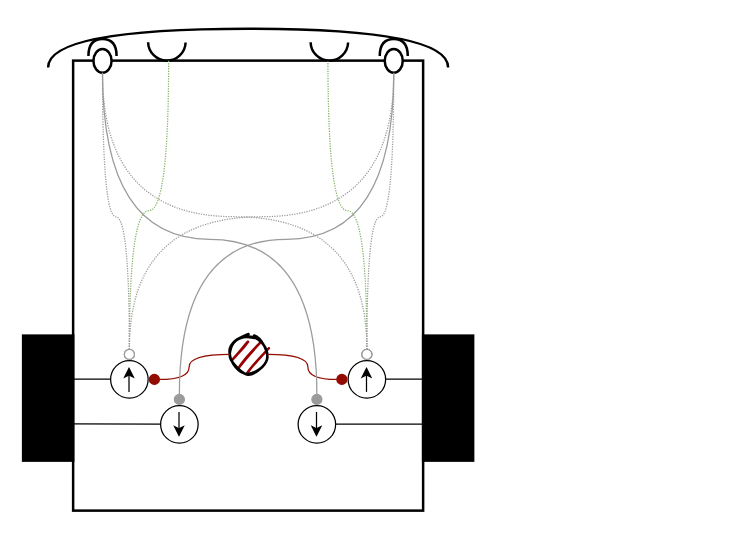
The draw.io diagram page "MotorExpansion" (4 of 4) of docs/media/src/Braitenbergs.drawio in fchampalimaud/cf.lbp, before the edit. Source tidied: cells renumbered, new cells numbered last; positions are measured from the earlier drawing's top-left corner, leaving out a move shared by most shapes. Both pictures are drawn from the tidied source at 125%, with x=0, y=0 at pixel (22, -152).
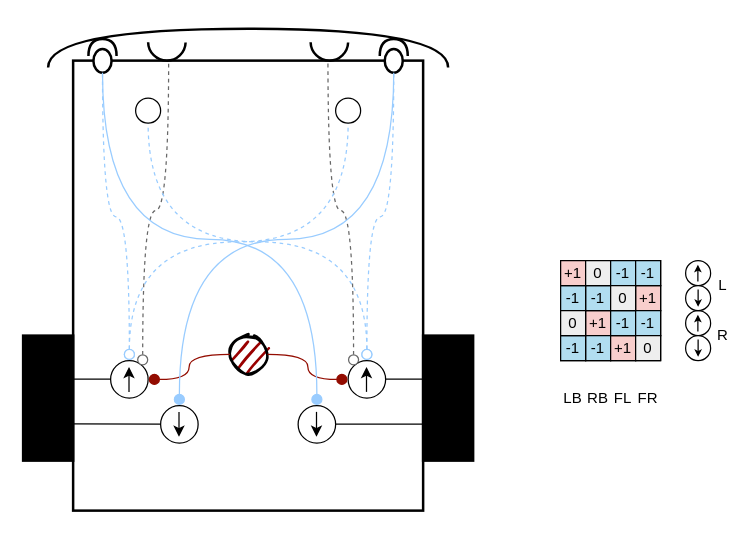
Above is the later version.

Commit message:
Added reflex matrix.

Unchanged cells that the change refers to:
```xml
<mxCell id="9" style="strokeWidth=1;html=1;shape=mxgraph.flowchart.start_2;whiteSpace=wrap;" parent="8" vertex="1">
  <mxGeometry width="30" height="30" as="geometry" />
</mxCell>
<mxCell id="12" style="strokeWidth=1;html=1;shape=mxgraph.flowchart.start_2;whiteSpace=wrap;" parent="11" vertex="1">
  <mxGeometry width="30" height="30" as="geometry" />
</mxCell>
<mxCell id="15" style="verticalLabelPosition=bottom;verticalAlign=top;html=1;shape=mxgraph.basic.arc;startAngle=0.2554859278080055;endAngle=0.7468173254495136;strokeWidth=2;" parent="1" vertex="1">
  <mxGeometry x="230" y="140" width="30" height="30" as="geometry" />
</mxCell>
<mxCell id="16" style="verticalLabelPosition=bottom;verticalAlign=top;html=1;shape=mxgraph.basic.arc;startAngle=0.2554859278080055;endAngle=0.7468173254495136;strokeWidth=2;" parent="1" vertex="1">
  <mxGeometry x="100" y="140" width="30" height="30" as="geometry" />
</mxCell>
<mxCell id="27" style="strokeWidth=1;html=1;shape=mxgraph.flowchart.start_2;whiteSpace=wrap;" parent="26" vertex="1">
  <mxGeometry width="30" height="30" as="geometry" />
</mxCell>
<mxCell id="29" style="shape=providedRequiredInterface;html=1;verticalLabelPosition=bottom;sketch=0;strokeWidth=2;rotation=-90;strokeColor=#000000;" parent="24" vertex="1">
  <mxGeometry x="283" y="155" width="27" height="22.4" as="geometry" />
</mxCell>
<mxCell id="30" style="shape=providedRequiredInterface;html=1;verticalLabelPosition=bottom;sketch=0;strokeWidth=2;rotation=-90;strokeColor=#000000;" parent="24" vertex="1">
  <mxGeometry x="50" y="155" width="27" height="22.5" as="geometry" />
</mxCell>
<mxCell id="39" style="strokeWidth=1;html=1;shape=mxgraph.flowchart.start_2;whiteSpace=wrap;" parent="38" vertex="1">
  <mxGeometry width="30" height="30" as="geometry" />
</mxCell>
```

The edit, as a diff of the source:
```diff
@@
-    <mxCell id="22" style="edgeStyle=orthogonalEdgeStyle;jettySize=auto;html=1;rounded=0;curved=1;endArrow=none;endFill=0;strokeWidth=1;startSize=3;startArrow=circle;startFill=1;entryX=0.462;entryY=1.014;entryDx=0;entryDy=0;entryPerimeter=0;startFillColor=#FFFFFF;exitX=0.5;exitY=0;exitDx=0;exitDy=0;exitPerimeter=0;strokeColor=#82b366;dashed=1;dashPattern=1 1;fillColor=#d5e8d4;" parent="1" edge="1" source="9" target="15">
+    <mxCell id="22" style="edgeStyle=orthogonalEdgeStyle;jettySize=auto;html=1;rounded=0;curved=1;endArrow=none;endFill=0;strokeWidth=1;startSize=3;startArrow=circle;startFill=1;entryX=0.462;entryY=1.014;entryDx=0;entryDy=0;entryPerimeter=0;startFillColor=#FFFFFF;exitX=0.145;exitY=0.145;exitDx=0;exitDy=0;exitPerimeter=0;strokeColor=#686868;dashed=1;fillColor=#d5e8d4;" parent="1" edge="1" source="9" target="15">
       <mxGeometry relative="1" as="geometry" />
     </mxCell>
-    <mxCell id="23" style="edgeStyle=orthogonalEdgeStyle;jettySize=auto;html=1;rounded=0;curved=1;endArrow=none;endFill=0;strokeWidth=1;startSize=3;startArrow=circle;startFill=1;entryX=0.547;entryY=0.995;entryDx=0;entryDy=0;entryPerimeter=0;startFillColor=#FFFFFF;exitX=0.5;exitY=0;exitDx=0;exitDy=0;exitPerimeter=0;strokeColor=#82b366;dashed=1;dashPattern=1 1;fillColor=#d5e8d4;" parent="1" edge="1" source="12" target="16">
+    <mxCell id="23" style="edgeStyle=orthogonalEdgeStyle;jettySize=auto;html=1;rounded=0;curved=1;endArrow=none;endFill=0;strokeWidth=1;startSize=3;startArrow=circle;startFill=1;entryX=0.547;entryY=0.995;entryDx=0;entryDy=0;entryPerimeter=0;startFillColor=#FFFFFF;exitX=0.855;exitY=0.145;exitDx=0;exitDy=0;exitPerimeter=0;strokeColor=#686868;dashed=1;fillColor=#d5e8d4;" parent="1" edge="1" source="12" target="16">
       <mxGeometry relative="1" as="geometry" />
     </mxCell>
@@
-    <mxCell id="31" style="edgeStyle=orthogonalEdgeStyle;jettySize=auto;html=1;rounded=0;curved=1;endArrow=none;endFill=0;strokeWidth=1;startSize=3;startArrow=circle;startFill=1;entryX=0;entryY=0.5;entryDx=0;entryDy=0;entryPerimeter=0;exitX=0.5;exitY=0;exitDx=0;exitDy=0;exitPerimeter=0;strokeColor=#9B9B9B;" parent="24" edge="1" source="27" target="30">
+    <mxCell id="31" style="edgeStyle=orthogonalEdgeStyle;jettySize=auto;html=1;rounded=0;curved=1;endArrow=none;endFill=0;strokeWidth=1;startSize=3;startArrow=circle;startFill=1;entryX=0;entryY=0.5;entryDx=0;entryDy=0;entryPerimeter=0;exitX=0.5;exitY=0;exitDx=0;exitDy=0;exitPerimeter=0;strokeColor=#99CCFF;" parent="24" edge="1" source="27" target="30">
       <mxGeometry relative="1" as="geometry" />
     </mxCell>
-    <mxCell id="32" style="edgeStyle=orthogonalEdgeStyle;jettySize=auto;html=1;rounded=0;curved=1;endArrow=none;endFill=0;strokeWidth=1;startSize=3;startArrow=circle;startFill=1;entryX=0;entryY=0.5;entryDx=0;entryDy=0;entryPerimeter=0;strokeColor=#9B9B9B;exitX=0.5;exitY=0;exitDx=0;exitDy=0;exitPerimeter=0;" parent="24" edge="1" source="39" target="29">
+    <mxCell id="32" style="edgeStyle=orthogonalEdgeStyle;jettySize=auto;html=1;rounded=0;curved=1;endArrow=none;endFill=0;strokeWidth=1;startSize=3;startArrow=circle;startFill=1;entryX=0;entryY=0.5;entryDx=0;entryDy=0;entryPerimeter=0;strokeColor=#99CCFF;exitX=0.5;exitY=0;exitDx=0;exitDy=0;exitPerimeter=0;" parent="24" edge="1" source="39" target="29">
       <mxGeometry relative="1" as="geometry" />
     </mxCell>
-    <mxCell id="33" style="edgeStyle=orthogonalEdgeStyle;jettySize=auto;html=1;rounded=0;curved=1;endArrow=none;endFill=0;strokeWidth=1;startSize=3;startArrow=circle;startFill=1;entryX=0;entryY=0.5;entryDx=0;entryDy=0;entryPerimeter=0;exitX=0.5;exitY=0;exitDx=0;exitDy=0;exitPerimeter=0;startFillColor=#FFFFFF;strokeColor=#9B9B9B;dashed=1;dashPattern=1 1;" parent="24" edge="1" source="12" target="30">
+    <mxCell id="33" style="edgeStyle=orthogonalEdgeStyle;jettySize=auto;html=1;rounded=0;curved=1;endArrow=none;endFill=0;strokeWidth=1;startSize=3;startArrow=circle;startFill=1;entryX=0;entryY=0.5;entryDx=0;entryDy=0;entryPerimeter=0;exitX=0.5;exitY=0;exitDx=0;exitDy=0;exitPerimeter=0;startFillColor=#FFFFFF;strokeColor=#99CCFF;dashed=1;" parent="24" edge="1" source="12" target="30">
       <mxGeometry relative="1" as="geometry" />
     </mxCell>
-    <mxCell id="34" style="edgeStyle=orthogonalEdgeStyle;jettySize=auto;html=1;rounded=0;curved=1;endArrow=none;endFill=0;strokeWidth=1;startSize=3;startArrow=circle;startFill=1;entryX=0;entryY=0.5;entryDx=0;entryDy=0;entryPerimeter=0;exitX=0.5;exitY=0;exitDx=0;exitDy=0;exitPerimeter=0;startFillColor=#FFFFFF;strokeColor=#9B9B9B;dashed=1;dashPattern=1 1;" parent="24" edge="1" source="12" target="29">
+    <mxCell id="34" style="edgeStyle=orthogonalEdgeStyle;jettySize=auto;html=1;rounded=0;curved=1;endArrow=none;endFill=0;strokeWidth=1;startSize=3;startArrow=circle;startFill=1;exitX=0.5;exitY=0;exitDx=0;exitDy=0;exitPerimeter=0;startFillColor=#FFFFFF;strokeColor=#99CCFF;dashed=1;" parent="24" edge="1" source="12" target="96">
       <mxGeometry relative="1" as="geometry" />
     </mxCell>
-    <mxCell id="35" style="edgeStyle=orthogonalEdgeStyle;jettySize=auto;html=1;rounded=0;curved=1;endArrow=none;endFill=0;strokeWidth=1;startSize=3;startArrow=circle;startFill=1;entryX=0;entryY=0.5;entryDx=0;entryDy=0;entryPerimeter=0;startFillColor=#FFFFFF;exitX=0.5;exitY=0;exitDx=0;exitDy=0;exitPerimeter=0;strokeColor=#9B9B9B;dashed=1;dashPattern=1 1;" parent="24" edge="1" source="9" target="30">
+    <mxCell id="35" style="edgeStyle=orthogonalEdgeStyle;jettySize=auto;html=1;rounded=0;curved=1;endArrow=none;endFill=0;strokeWidth=1;startSize=3;startArrow=circle;startFill=1;entryX=0.5;entryY=1;entryDx=0;entryDy=0;entryPerimeter=0;startFillColor=#FFFFFF;exitX=0.5;exitY=0;exitDx=0;exitDy=0;exitPerimeter=0;strokeColor=#99CCFF;dashed=1;" parent="24" edge="1" source="9" target="94">
       <mxGeometry relative="1" as="geometry" />
     </mxCell>
@@
-    <mxCell id="41" style="edgeStyle=orthogonalEdgeStyle;jettySize=auto;html=1;rounded=0;curved=1;endArrow=none;endFill=0;strokeWidth=1;startSize=3;startArrow=circle;startFill=1;entryX=0;entryY=0.5;entryDx=0;entryDy=0;entryPerimeter=0;exitX=0.5;exitY=0;exitDx=0;exitDy=0;exitPerimeter=0;startFillColor=#FFFFFF;strokeColor=#9B9B9B;dashed=1;dashPattern=1 1;" parent="24" edge="1" source="9" target="29">
+    <mxCell id="41" style="edgeStyle=orthogonalEdgeStyle;jettySize=auto;html=1;rounded=0;curved=1;endArrow=none;endFill=0;strokeWidth=1;startSize=3;startArrow=circle;startFill=1;entryX=0;entryY=0.5;entryDx=0;entryDy=0;entryPerimeter=0;exitX=0.5;exitY=0;exitDx=0;exitDy=0;exitPerimeter=0;startFillColor=#FFFFFF;strokeColor=#99CCFF;dashed=1;" parent="24" edge="1" source="9" target="29">
       <mxGeometry relative="1" as="geometry" />
     </mxCell>
+    <mxCell id="42" parent="0" />
+    <mxCell id="43" style="verticalLabelPosition=bottom;verticalAlign=top;html=1;shape=mxgraph.basic.rect;fillColor2=none;strokeWidth=1;size=20;indent=5;" parent="42" vertex="1">
+      <mxGeometry x="430" y="330" width="20" height="20" as="geometry" />
+    </mxCell>
+    <mxCell id="44" style="verticalLabelPosition=bottom;verticalAlign=top;html=1;shape=mxgraph.basic.rect;fillColor2=none;strokeWidth=1;size=20;indent=5;" parent="42" vertex="1">
+      <mxGeometry x="450" y="330" width="20" height="20" as="geometry" />
+    </mxCell>
+    <mxCell id="45" style="verticalLabelPosition=bottom;verticalAlign=top;html=1;shape=mxgraph.basic.rect;fillColor2=none;strokeWidth=1;size=20;indent=5;" parent="42" vertex="1">
+      <mxGeometry x="470" y="330" width="20" height="20" as="geometry" />
+    </mxCell>
+    <mxCell id="46" style="verticalLabelPosition=bottom;verticalAlign=top;html=1;shape=mxgraph.basic.rect;fillColor2=none;strokeWidth=1;size=20;indent=5;" parent="42" vertex="1">
+      <mxGeometry x="490" y="330" width="20" height="20" as="geometry" />
+    </mxCell>
+    <mxCell id="47" style="verticalLabelPosition=bottom;verticalAlign=top;html=1;shape=mxgraph.basic.rect;fillColor2=none;strokeWidth=1;size=20;indent=5;" parent="42" vertex="1">
+      <mxGeometry x="430" y="350" width="20" height="20" as="geometry" />
+    </mxCell>
+    <mxCell id="48" style="verticalLabelPosition=bottom;verticalAlign=top;html=1;shape=mxgraph.basic.rect;fillColor2=none;strokeWidth=1;size=20;indent=5;" parent="42" vertex="1">
+      <mxGeometry x="450" y="350" width="20" height="20" as="geometry" />
+    </mxCell>
+    <mxCell id="49" style="verticalLabelPosition=bottom;verticalAlign=top;html=1;shape=mxgraph.basic.rect;fillColor2=none;strokeWidth=1;size=20;indent=5;" parent="42" vertex="1">
+      <mxGeometry x="470" y="350" width="20" height="20" as="geometry" />
+    </mxCell>
+    <mxCell id="50" style="verticalLabelPosition=bottom;verticalAlign=top;html=1;shape=mxgraph.basic.rect;fillColor2=none;strokeWidth=1;size=20;indent=5;" parent="42" vertex="1">
+      <mxGeometry x="490" y="350" width="20" height="20" as="geometry" />
+    </mxCell>
+    <mxCell id="51" style="verticalLabelPosition=bottom;verticalAlign=top;html=1;shape=mxgraph.basic.rect;fillColor2=none;strokeWidth=1;size=20;indent=5;" parent="42" vertex="1">
+      <mxGeometry x="430" y="370" width="20" height="20" as="geometry" />
+    </mxCell>
+    <mxCell id="52" style="verticalLabelPosition=bottom;verticalAlign=top;html=1;shape=mxgraph.basic.rect;fillColor2=none;strokeWidth=1;size=20;indent=5;" parent="42" vertex="1">
+      <mxGeometry x="450" y="370" width="20" height="20" as="geometry" />
+    </mxCell>
+    <mxCell id="53" style="verticalLabelPosition=bottom;verticalAlign=top;html=1;shape=mxgraph.basic.rect;fillColor2=none;strokeWidth=1;size=20;indent=5;" parent="42" vertex="1">
+      <mxGeometry x="470" y="370" width="20" height="20" as="geometry" />
+    </mxCell>
+    <mxCell id="54" style="verticalLabelPosition=bottom;verticalAlign=top;html=1;shape=mxgraph.basic.rect;fillColor2=none;strokeWidth=1;size=20;indent=5;" parent="42" vertex="1">
+      <mxGeometry x="490" y="370" width="20" height="20" as="geometry" />
+    </mxCell>
+    <mxCell id="55" style="verticalLabelPosition=bottom;verticalAlign=top;html=1;shape=mxgraph.basic.rect;fillColor2=none;strokeWidth=1;size=20;indent=5;" parent="42" vertex="1">
+      <mxGeometry x="430" y="390" width="20" height="20" as="geometry" />
+    </mxCell>
+    <mxCell id="56" style="verticalLabelPosition=bottom;verticalAlign=top;html=1;shape=mxgraph.basic.rect;fillColor2=none;strokeWidth=1;size=20;indent=5;" parent="42" vertex="1">
+      <mxGeometry x="450" y="390" width="20" height="20" as="geometry" />
+    </mxCell>
+    <mxCell id="57" style="verticalLabelPosition=bottom;verticalAlign=top;html=1;shape=mxgraph.basic.rect;fillColor2=none;strokeWidth=1;size=20;indent=5;" parent="42" vertex="1">
+      <mxGeometry x="470" y="390" width="20" height="20" as="geometry" />
+    </mxCell>
+    <mxCell id="58" style="verticalLabelPosition=bottom;verticalAlign=top;html=1;shape=mxgraph.basic.rect;fillColor2=none;strokeWidth=1;size=20;indent=5;" parent="42" vertex="1">
+      <mxGeometry x="490" y="390" width="20" height="20" as="geometry" />
+    </mxCell>
+    <mxCell id="59" value="LB" style="text;html=1;whiteSpace=wrap;strokeColor=none;fillColor=none;align=center;verticalAlign=middle;rounded=0;" parent="42" vertex="1">
+      <mxGeometry x="430" y="430" width="20" height="20" as="geometry" />
+    </mxCell>
+    <mxCell id="60" value="RB" style="text;html=1;whiteSpace=wrap;strokeColor=none;fillColor=none;align=center;verticalAlign=middle;rounded=0;" parent="42" vertex="1">
+      <mxGeometry x="450" y="430" width="20" height="20" as="geometry" />
+    </mxCell>
+    <mxCell id="61" value="FL" style="text;html=1;whiteSpace=wrap;strokeColor=none;fillColor=none;align=center;verticalAlign=middle;rounded=0;" parent="42" vertex="1">
+      <mxGeometry x="470" y="430" width="20" height="20" as="geometry" />
+    </mxCell>
+    <mxCell id="62" value="FR" style="text;html=1;whiteSpace=wrap;strokeColor=none;fillColor=none;align=center;verticalAlign=middle;rounded=0;" parent="42" vertex="1">
+      <mxGeometry x="490" y="430" width="20" height="20" as="geometry" />
+    </mxCell>
+    <mxCell id="63" style="group;strokeWidth=1;" parent="42" vertex="1">
+      <mxGeometry x="530" y="330" width="20" height="20" as="geometry" />
+    </mxCell>
+    <mxCell id="64" style="strokeWidth=1;html=1;shape=mxgraph.flowchart.start_2;whiteSpace=wrap;" parent="63" vertex="1">
+      <mxGeometry width="20" height="20" as="geometry" />
+    </mxCell>
+    <mxCell id="65" style="endArrow=classic;html=1;rounded=0;entryX=0.25;entryY=0.4;entryDx=0;entryDy=0;entryPerimeter=0;strokeWidth=1;endSize=3;" parent="63" edge="1">
+      <mxGeometry relative="1" as="geometry">
+        <mxPoint x="9.8" y="16.7" as="sourcePoint" />
+        <mxPoint x="9.8" y="3.3" as="targetPoint" />
+      </mxGeometry>
+    </mxCell>
+    <mxCell id="66" style="group;strokeWidth=1;" parent="42" vertex="1">
+      <mxGeometry x="530" y="370" width="20" height="20" as="geometry" />
+    </mxCell>
+    <mxCell id="67" style="strokeWidth=1;html=1;shape=mxgraph.flowchart.start_2;whiteSpace=wrap;" parent="66" vertex="1">
+      <mxGeometry width="20" height="20" as="geometry" />
+    </mxCell>
+    <mxCell id="68" style="endArrow=classic;html=1;rounded=0;entryX=0.25;entryY=0.4;entryDx=0;entryDy=0;entryPerimeter=0;strokeWidth=1;endSize=3;" parent="66" edge="1">
+      <mxGeometry relative="1" as="geometry">
+        <mxPoint x="9.8" y="16.7" as="sourcePoint" />
+        <mxPoint x="9.8" y="3.3" as="targetPoint" />
+      </mxGeometry>
+    </mxCell>
+    <mxCell id="69" style="group;strokeWidth=1;rotation=-180;" parent="42" vertex="1">
+      <mxGeometry x="530" y="350" width="20" height="20" as="geometry" />
+    </mxCell>
+    <mxCell id="70" style="strokeWidth=1;html=1;shape=mxgraph.flowchart.start_2;whiteSpace=wrap;rotation=-180;" parent="69" vertex="1">
+      <mxGeometry width="20" height="20" as="geometry" />
+    </mxCell>
+    <mxCell id="71" style="endArrow=classic;html=1;rounded=0;entryX=0.25;entryY=0.4;entryDx=0;entryDy=0;entryPerimeter=0;strokeWidth=1;endSize=3;" parent="69" edge="1">
+      <mxGeometry relative="1" as="geometry">
+        <mxPoint x="10" y="3" as="sourcePoint" />
+        <mxPoint x="10" y="17" as="targetPoint" />
+      </mxGeometry>
+    </mxCell>
+    <mxCell id="72" style="group;strokeWidth=1;rotation=-180;" parent="42" vertex="1">
+      <mxGeometry x="530" y="390" width="20" height="20" as="geometry" />
+    </mxCell>
+    <mxCell id="73" style="strokeWidth=1;html=1;shape=mxgraph.flowchart.start_2;whiteSpace=wrap;rotation=-180;" parent="72" vertex="1">
+      <mxGeometry width="20" height="20" as="geometry" />
+    </mxCell>
+    <mxCell id="74" style="endArrow=classic;html=1;rounded=0;entryX=0.25;entryY=0.4;entryDx=0;entryDy=0;entryPerimeter=0;strokeWidth=1;endSize=3;" parent="72" edge="1">
+      <mxGeometry relative="1" as="geometry">
+        <mxPoint x="10" y="3" as="sourcePoint" />
+        <mxPoint x="10" y="17" as="targetPoint" />
+      </mxGeometry>
+    </mxCell>
+    <mxCell id="75" value="R" style="text;html=1;whiteSpace=wrap;strokeColor=none;fillColor=none;align=center;verticalAlign=middle;rounded=0;" parent="42" vertex="1">
+      <mxGeometry x="550" y="380" width="20" height="20" as="geometry" />
+    </mxCell>
+    <mxCell id="76" value="L" style="text;html=1;whiteSpace=wrap;strokeColor=none;fillColor=none;align=center;verticalAlign=middle;rounded=0;" parent="42" vertex="1">
+      <mxGeometry x="550" y="340" width="20" height="20" as="geometry" />
+    </mxCell>
+    <mxCell id="77" value="+1" style="text;html=1;whiteSpace=wrap;strokeColor=light-dark(#000000, #d7817e);fillColor=#f8cecc;align=center;verticalAlign=middle;rounded=0;" parent="42" vertex="1">
+      <mxGeometry x="450" y="370" width="20" height="20" as="geometry" />
+    </mxCell>
+    <mxCell id="78" value="-1" style="text;html=1;whiteSpace=wrap;strokeColor=light-dark(#000000, #d7817e);fillColor=#b1ddf0;align=center;verticalAlign=middle;rounded=0;" parent="42" vertex="1">
+      <mxGeometry x="450" y="390" width="20" height="20" as="geometry" />
+    </mxCell>
+    <mxCell id="79" value="-1" style="text;html=1;whiteSpace=wrap;strokeColor=light-dark(#000000, #d7817e);fillColor=#b1ddf0;align=center;verticalAlign=middle;rounded=0;" parent="42" vertex="1">
+      <mxGeometry x="450" y="350" width="20" height="20" as="geometry" />
+    </mxCell>
+    <mxCell id="80" value="-1" style="text;html=1;whiteSpace=wrap;strokeColor=light-dark(#000000, #d7817e);fillColor=#b1ddf0;align=center;verticalAlign=middle;rounded=0;" parent="42" vertex="1">
+      <mxGeometry x="430" y="390" width="20" height="20" as="geometry" />
+    </mxCell>
+    <mxCell id="81" value="-1" style="text;html=1;whiteSpace=wrap;strokeColor=light-dark(#000000, #d7817e);fillColor=#b1ddf0;align=center;verticalAlign=middle;rounded=0;" parent="42" vertex="1">
+      <mxGeometry x="430" y="350" width="20" height="20" as="geometry" />
+    </mxCell>
+    <mxCell id="82" value="+1" style="text;html=1;whiteSpace=wrap;strokeColor=light-dark(#000000, #d7817e);fillColor=#f8cecc;align=center;verticalAlign=middle;rounded=0;" parent="42" vertex="1">
+      <mxGeometry x="430" y="330" width="20" height="20" as="geometry" />
+    </mxCell>
+    <mxCell id="83" value="0" style="text;html=1;whiteSpace=wrap;strokeColor=light-dark(#000000, #d7817e);fillColor=#eeeeee;align=center;verticalAlign=middle;rounded=0;" parent="42" vertex="1">
+      <mxGeometry x="450" y="330" width="20" height="20" as="geometry" />
+    </mxCell>
+    <mxCell id="84" value="0" style="text;html=1;whiteSpace=wrap;strokeColor=light-dark(#000000, #d7817e);fillColor=#eeeeee;align=center;verticalAlign=middle;rounded=0;" parent="42" vertex="1">
+      <mxGeometry x="430" y="370" width="20" height="20" as="geometry" />
+    </mxCell>
+    <mxCell id="85" value="+1" style="text;html=1;whiteSpace=wrap;strokeColor=light-dark(#000000, #d7817e);fillColor=#f8cecc;align=center;verticalAlign=middle;rounded=0;" parent="42" vertex="1">
+      <mxGeometry x="470" y="390" width="20" height="20" as="geometry" />
+    </mxCell>
+    <mxCell id="86" value="+1" style="text;html=1;whiteSpace=wrap;strokeColor=light-dark(#000000, #d7817e);fillColor=#f8cecc;align=center;verticalAlign=middle;rounded=0;" parent="42" vertex="1">
+      <mxGeometry x="490" y="350" width="20" height="20" as="geometry" />
+    </mxCell>
+    <mxCell id="87" value="-1" style="text;html=1;whiteSpace=wrap;strokeColor=light-dark(#000000, #d7817e);fillColor=#b1ddf0;align=center;verticalAlign=middle;rounded=0;" parent="42" vertex="1">
+      <mxGeometry x="470" y="370" width="20" height="20" as="geometry" />
+    </mxCell>
+    <mxCell id="88" value="-1" style="text;html=1;whiteSpace=wrap;strokeColor=light-dark(#000000, #d7817e);fillColor=#b1ddf0;align=center;verticalAlign=middle;rounded=0;" parent="42" vertex="1">
+      <mxGeometry x="470" y="330" width="20" height="20" as="geometry" />
+    </mxCell>
+    <mxCell id="89" value="-1" style="text;html=1;whiteSpace=wrap;strokeColor=light-dark(#000000, #d7817e);fillColor=#b1ddf0;align=center;verticalAlign=middle;rounded=0;" parent="42" vertex="1">
+      <mxGeometry x="490" y="370" width="20" height="20" as="geometry" />
+    </mxCell>
+    <mxCell id="90" value="-1" style="text;html=1;whiteSpace=wrap;strokeColor=light-dark(#000000, #d7817e);fillColor=#b1ddf0;align=center;verticalAlign=middle;rounded=0;" parent="42" vertex="1">
+      <mxGeometry x="490" y="330" width="20" height="20" as="geometry" />
+    </mxCell>
+    <mxCell id="91" value="0" style="text;html=1;whiteSpace=wrap;strokeColor=light-dark(#000000, #d7817e);fillColor=#eeeeee;align=center;verticalAlign=middle;rounded=0;" parent="42" vertex="1">
+      <mxGeometry x="470" y="350" width="20" height="20" as="geometry" />
+    </mxCell>
+    <mxCell id="92" value="0" style="text;html=1;whiteSpace=wrap;strokeColor=light-dark(#000000, #d7817e);fillColor=#eeeeee;align=center;verticalAlign=middle;rounded=0;" parent="42" vertex="1">
+      <mxGeometry x="490" y="390" width="20" height="20" as="geometry" />
+    </mxCell>
+    <mxCell id="93" style="group;strokeWidth=1;" parent="42" vertex="1">
+      <mxGeometry x="90" y="200" width="20" height="20" as="geometry" />
+    </mxCell>
+    <mxCell id="94" style="strokeWidth=1;html=1;shape=mxgraph.flowchart.start_2;whiteSpace=wrap;" parent="93" vertex="1">
+      <mxGeometry width="20" height="20" as="geometry" />
+    </mxCell>
+    <mxCell id="95" style="group;strokeWidth=1;" parent="42" vertex="1">
+      <mxGeometry x="250" y="200" width="20" height="20" as="geometry" />
+    </mxCell>
+    <mxCell id="96" style="strokeWidth=1;html=1;shape=mxgraph.flowchart.start_2;whiteSpace=wrap;" parent="95" vertex="1">
+      <mxGeometry width="20" height="20" as="geometry" />
+    </mxCell>
```
